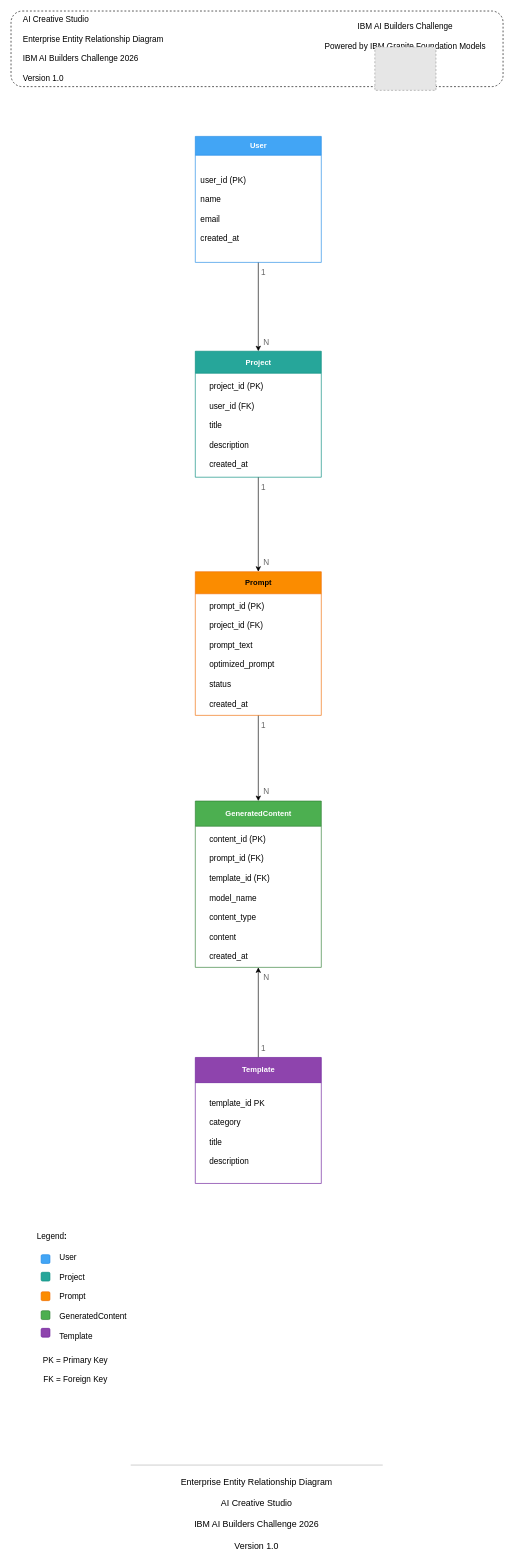
Earlier version of the draw.io diagram docs/diagrams/ERD.drawio (HiwaMajidpour/AI-Builders-Challenge). Source tidied: cells renumbered, new cells numbered last; positions are measured from the earlier drawing's top-left corner, leaving out a move shared by most shapes. Both pictures are drawn from the tidied source at 63%, with x=0, y=0 at pixel (11, 11). Pictures stored in the file or linked from it are replaced by grey dashed boxes.
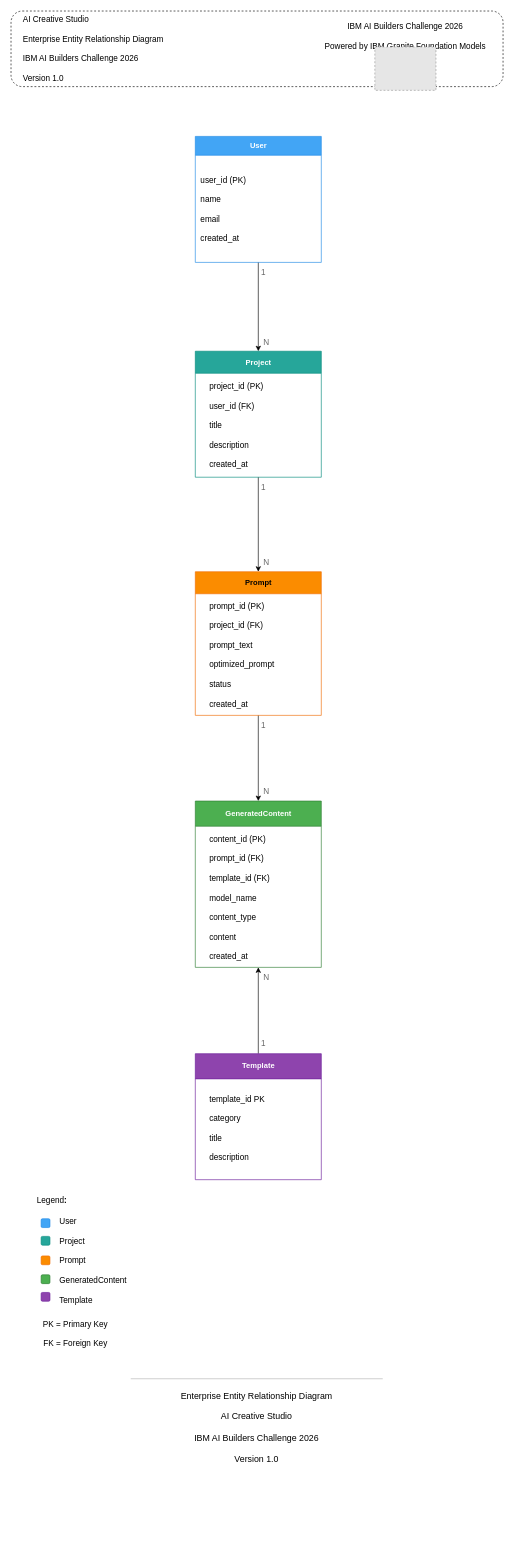
After the change.

Change to the diagram source:
```diff
@@
-    <mxCell id="4" value="&lt;div&gt;&lt;span style=&quot;font-size: 13px;&quot;&gt;IBM AI Builders Challenge&lt;/span&gt;&lt;/div&gt;&lt;div&gt;&lt;span style=&quot;font-size: 13px;&quot;&gt;&lt;br&gt;&lt;/span&gt;&lt;/div&gt;&lt;div&gt;&lt;span style=&quot;font-size: 13px;&quot;&gt;Powered by IBM Granite Foundation Models&lt;/span&gt;&lt;/div&gt;" style="text;html=1;whiteSpace=wrap;strokeColor=none;fillColor=none;align=center;verticalAlign=middle;rounded=0;" parent="1" vertex="1">
+    <mxCell id="4" value="&lt;div&gt;&lt;span style=&quot;font-size: 13px;&quot;&gt;IBM AI Builders Challenge 2026&lt;/span&gt;&lt;/div&gt;&lt;div&gt;&lt;span style=&quot;font-size: 13px;&quot;&gt;&lt;br&gt;&lt;/span&gt;&lt;/div&gt;&lt;div&gt;&lt;span style=&quot;font-size: 13px;&quot;&gt;Powered by IBM Granite Foundation Models&lt;/span&gt;&lt;/div&gt;" style="text;html=1;whiteSpace=wrap;strokeColor=none;fillColor=none;align=center;verticalAlign=middle;rounded=0;" parent="1" vertex="1">
       <mxGeometry x="481" y="10" width="290" height="60" as="geometry" />
     </mxCell>
@@
     <mxCell id="6" value="&lt;div&gt;&lt;font style=&quot;font-size: 13px;&quot;&gt;User&lt;/font&gt;&lt;/div&gt;&lt;div&gt;&lt;font style=&quot;font-size: 13px;&quot;&gt;&lt;br&gt;&lt;/font&gt;&lt;/div&gt;&lt;div&gt;&lt;font style=&quot;font-size: 13px;&quot;&gt;Project&lt;/font&gt;&lt;/div&gt;&lt;div&gt;&lt;font style=&quot;font-size: 13px;&quot;&gt;&lt;br&gt;&lt;/font&gt;&lt;/div&gt;&lt;div&gt;&lt;font style=&quot;font-size: 13px;&quot;&gt;Prompt&lt;/font&gt;&lt;/div&gt;&lt;div&gt;&lt;font style=&quot;font-size: 13px;&quot;&gt;&lt;br&gt;&lt;/font&gt;&lt;/div&gt;&lt;div&gt;&lt;font style=&quot;font-size: 13px;&quot;&gt;GeneratedContent&lt;/font&gt;&lt;/div&gt;&lt;div&gt;&lt;font style=&quot;font-size: 13px;&quot;&gt;&lt;br&gt;&lt;/font&gt;&lt;/div&gt;&lt;div&gt;&lt;font style=&quot;font-size: 13px;&quot;&gt;Template&lt;/font&gt;&lt;/div&gt;&lt;div&gt;&lt;font style=&quot;font-size: 13px;&quot;&gt;&lt;br&gt;&lt;/font&gt;&lt;/div&gt;&lt;div&gt;&lt;font style=&quot;font-size: 13px;&quot;&gt;&lt;br&gt;&lt;/font&gt;&lt;/div&gt;&lt;div&gt;&lt;font style=&quot;font-size: 13px;&quot;&gt;&lt;br&gt;&lt;/font&gt;&lt;/div&gt;&lt;div&gt;&lt;br&gt;&lt;/div&gt;" style="text;html=1;whiteSpace=wrap;strokeColor=none;fillColor=none;align=left;verticalAlign=middle;rounded=0;fontFamily=Helvetica;fontSize=12;fontColor=default;" parent="1" vertex="1">
-      <mxGeometry x="74.8" y="1973" width="120" height="196" as="geometry" />
+      <mxGeometry x="74.8" y="1916" width="120" height="196" as="geometry" />
     </mxCell>
     <mxCell id="7" value="&lt;div style=&quot;text-align: center;&quot;&gt;&lt;span style=&quot;background-color: transparent;&quot;&gt;&lt;span style=&quot;text-align: left;&quot;&gt;&lt;span style=&quot;font-size: 13px;&quot;&gt;Legend&lt;/span&gt;&lt;b style=&quot;color: light-dark(rgb(0, 0, 0), rgb(255, 255, 255)); font-size: 13px;&quot;&gt;:&amp;nbsp;&lt;/b&gt;&lt;/span&gt;&lt;/span&gt;&lt;/div&gt;" style="text;html=1;whiteSpace=wrap;strokeColor=none;fillColor=none;align=center;verticalAlign=middle;rounded=0;" parent="1" vertex="1">
-      <mxGeometry x="37" y="1930" width="59.8" height="30" as="geometry" />
+      <mxGeometry x="37" y="1873" width="59.8" height="30" as="geometry" />
     </mxCell>
     <mxCell id="8" style="rounded=1;whiteSpace=wrap;html=1;fillColor=#FB8C00;strokeColor=#EF6C00;" parent="1" vertex="1">
-      <mxGeometry x="47.8" y="2033" width="14" height="14" as="geometry" />
+      <mxGeometry x="47.8" y="1976" width="14" height="14" as="geometry" />
     </mxCell>
     <mxCell id="9" style="rounded=1;whiteSpace=wrap;html=1;fillColor=#26A69A;strokeColor=#00897B;" parent="1" vertex="1">
-      <mxGeometry x="47.8" y="2002" width="14" height="14" as="geometry" />
+      <mxGeometry x="47.8" y="1945" width="14" height="14" as="geometry" />
     </mxCell>
     <mxCell id="10" style="rounded=1;whiteSpace=wrap;html=1;fillColor=#42A5F5;strokeColor=#1E88E5;align=center;verticalAlign=middle;fontFamily=Helvetica;fontSize=12;fontColor=default;" parent="1" vertex="1">
-      <mxGeometry x="47.8" y="1974" width="14" height="14" as="geometry" />
+      <mxGeometry x="47.8" y="1917" width="14" height="14" as="geometry" />
     </mxCell>
     <mxCell id="11" value="&lt;div&gt;&lt;span style=&quot;font-size: 14px;&quot;&gt;Enterprise Entity Relationship Diagram&lt;/span&gt;&lt;/div&gt;&lt;div&gt;&lt;span style=&quot;font-size: 14px;&quot;&gt;&lt;br&gt;&lt;/span&gt;&lt;/div&gt;&lt;div&gt;&lt;span style=&quot;font-size: 14px;&quot;&gt;AI Creative Studio&lt;/span&gt;&lt;/div&gt;&lt;div&gt;&lt;span style=&quot;font-size: 14px;&quot;&gt;&lt;br&gt;&lt;/span&gt;&lt;/div&gt;&lt;div&gt;&lt;span style=&quot;font-size: 14px;&quot;&gt;IBM AI Builders Challenge 2026&lt;/span&gt;&lt;/div&gt;&lt;div&gt;&lt;span style=&quot;font-size: 14px;&quot;&gt;&lt;br&gt;&lt;/span&gt;&lt;/div&gt;&lt;div&gt;&lt;span style=&quot;font-size: 14px;&quot;&gt;Version 1.0&lt;/span&gt;&lt;/div&gt;" style="text;html=1;whiteSpace=wrap;strokeColor=none;fillColor=none;align=center;verticalAlign=middle;rounded=0;" parent="1" vertex="1">
-      <mxGeometry x="242" y="2330" width="296" height="110" as="geometry" />
+      <mxGeometry x="242" y="2193" width="296" height="110" as="geometry" />
     </mxCell>
     <mxCell id="12" style="endArrow=none;html=1;rounded=0;fontFamily=Helvetica;fontSize=12;fontColor=default;strokeColor=#B3B3B3;" parent="1" edge="1">
       <mxGeometry relative="1" as="geometry">
-        <mxPoint x="190" y="2308" as="sourcePoint" />
-        <mxPoint x="590" y="2308" as="targetPoint" />
+        <mxPoint x="190" y="2171" as="sourcePoint" />
+        <mxPoint x="590" y="2171" as="targetPoint" />
       </mxGeometry>
     </mxCell>
     <mxCell id="13" style="rounded=1;whiteSpace=wrap;html=1;fillColor=#8E44AD;strokeColor=#6A1B9A;" parent="1" vertex="1">
-      <mxGeometry x="47.8" y="2091" width="14" height="14" as="geometry" />
+      <mxGeometry x="47.8" y="2034" width="14" height="14" as="geometry" />
     </mxCell>
     <mxCell id="14" style="rounded=1;whiteSpace=wrap;html=1;fillColor=#4CAF50;strokeColor=#2E7D32;" parent="1" vertex="1">
-      <mxGeometry x="47.8" y="2063" width="14" height="14" as="geometry" />
+      <mxGeometry x="47.8" y="2006" width="14" height="14" as="geometry" />
     </mxCell>
@@
     <mxCell id="26" value="&lt;span style=&quot;color: rgb(255, 255, 255);&quot;&gt;Template&lt;/span&gt;" style="swimlane;whiteSpace=wrap;html=1;startSize=40;fillColor=#8E44AD;strokeColor=#6A1B9A;" parent="1" vertex="1">
-      <mxGeometry x="292.5" y="1661" width="200" height="200" as="geometry" />
+      <mxGeometry x="292.5" y="1655" width="200" height="200" as="geometry" />
     </mxCell>
@@
     <mxCell id="31" value="&lt;font style=&quot;font-size: 13px; color: rgb(102, 102, 102);&quot;&gt;1&lt;/font&gt;" style="text;html=1;whiteSpace=wrap;strokeColor=none;fillColor=none;align=center;verticalAlign=middle;rounded=0;" parent="1" vertex="1">
-      <mxGeometry x="371.2" y="1631" width="60" height="30" as="geometry" />
+      <mxGeometry x="371.2" y="1624" width="60" height="30" as="geometry" />
     </mxCell>
@@
     <mxCell id="38" value="&lt;div&gt;&lt;font style=&quot;font-size: 13px;&quot;&gt;PK = Primary Key&lt;/font&gt;&lt;/div&gt;&lt;div&gt;&lt;font style=&quot;font-size: 13px;&quot;&gt;&lt;br&gt;&lt;/font&gt;&lt;/div&gt;&lt;div&gt;&lt;font style=&quot;font-size: 13px;&quot;&gt;FK = Foreign Key&lt;/font&gt;&lt;/div&gt;" style="text;html=1;whiteSpace=wrap;strokeColor=none;fillColor=none;align=center;verticalAlign=middle;rounded=0;" parent="1" vertex="1">
-      <mxGeometry x="47.8" y="2142" width="109.2" height="30" as="geometry" />
+      <mxGeometry x="47.8" y="2085" width="109.2" height="30" as="geometry" />
     </mxCell>
```
